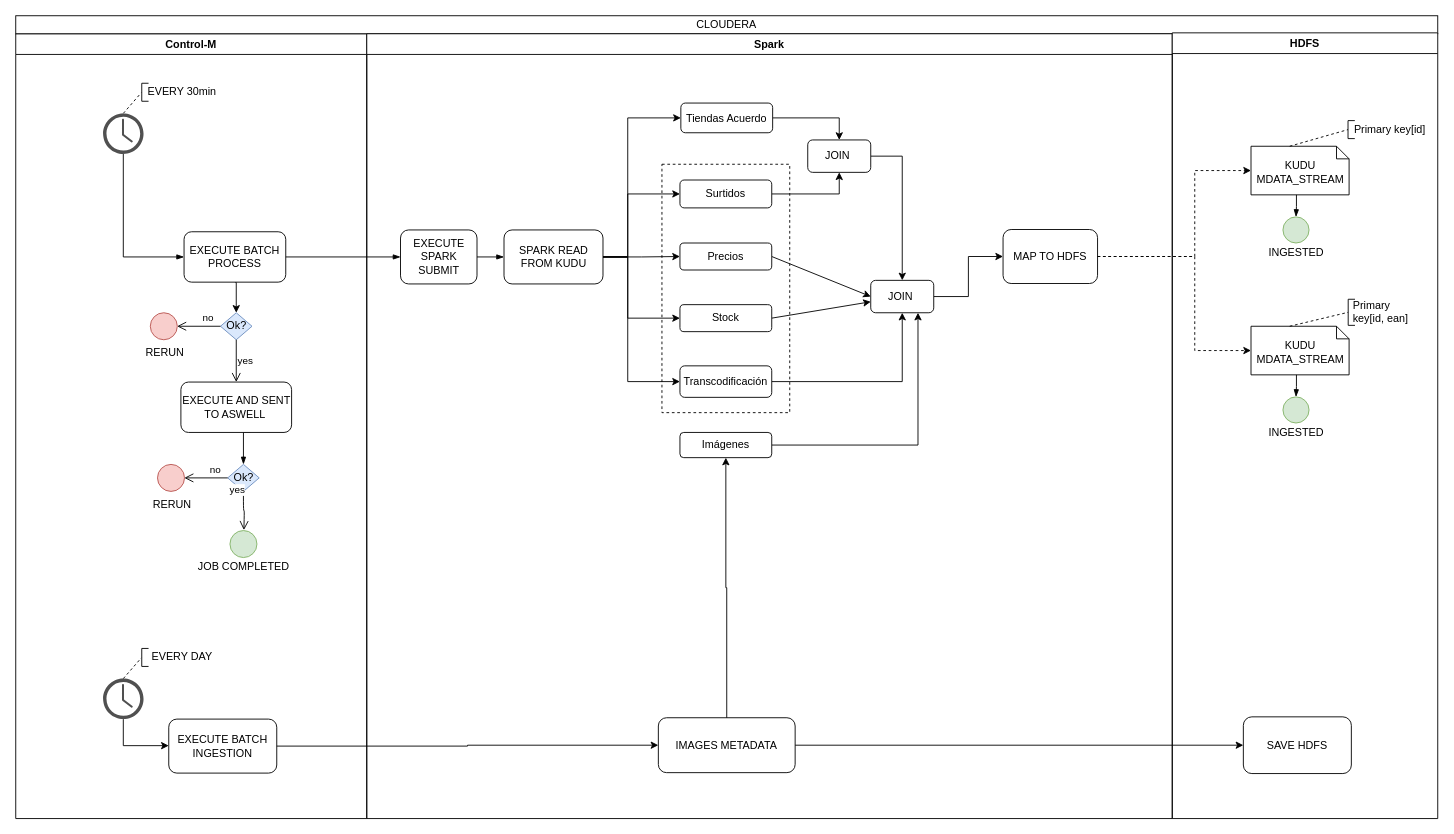
Earlier version of the draw.io diagram Cap Diagram.drawio (StefanoMazzukaCapgemini/Cap_Diagram). Source tidied: cells renumbered, new cells numbered last; positions are measured from the earlier drawing's top-left corner, leaving out a move shared by most shapes. Both pictures are drawn from the tidied source at 90%, with x=0, y=0 at pixel (15, 15).
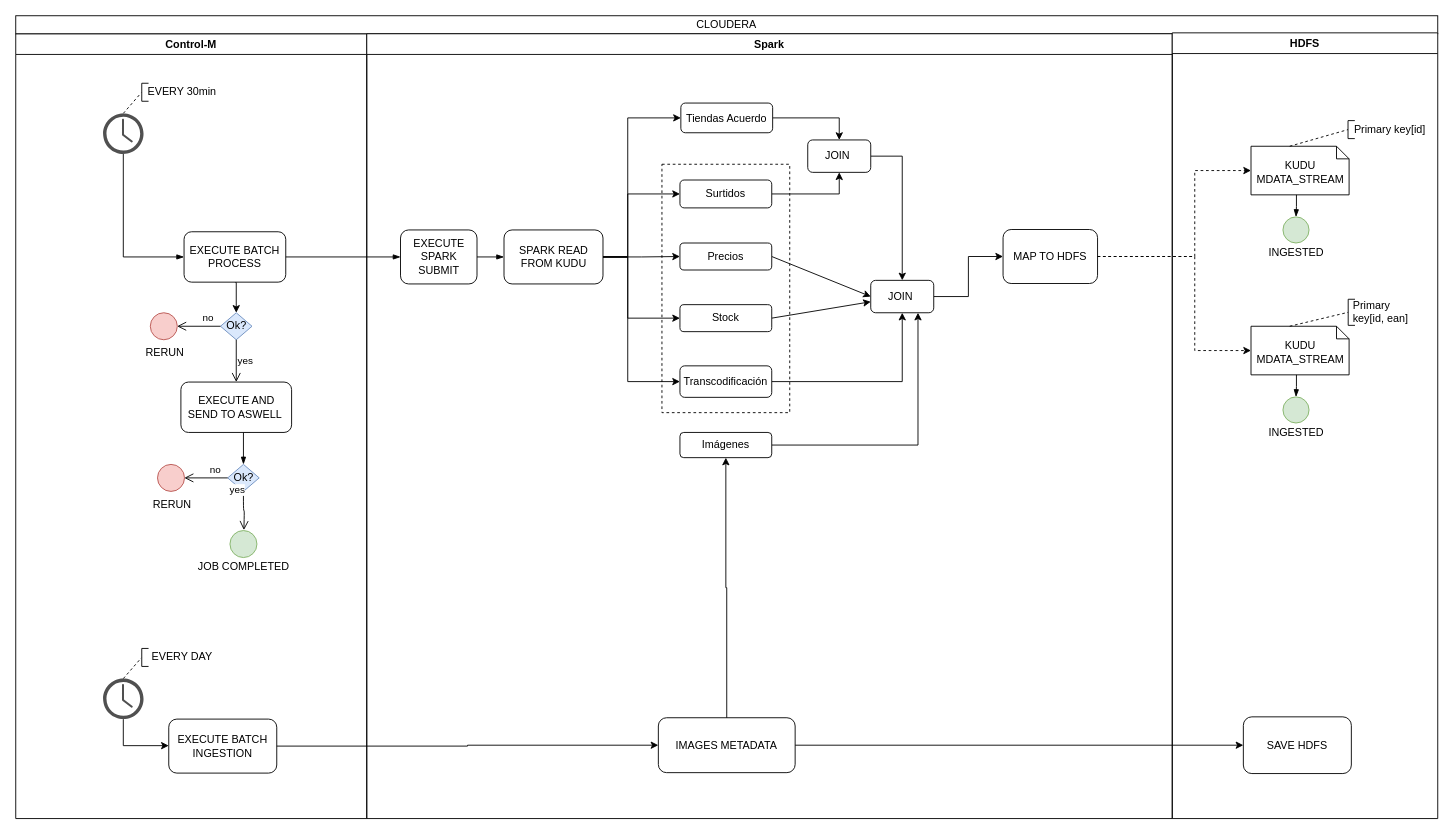
Above is the later version.

The change refers to these unchanged cells:
```xml
<mxCell id="2" value="Control-M" style="swimlane;whiteSpace=wrap;startSize=23;" parent="1" vertex="1">
  <mxGeometry y="20" width="390" height="872" as="geometry" />
</mxCell>
```

The edit, as a diff of the source:
```diff
@@
-    <mxCell id="16" value="EXECUTE AND SENT TO ASWELL&amp;nbsp;" style="rounded=1;whiteSpace=wrap;html=1;" parent="2" vertex="1">
+    <mxCell id="16" value="EXECUTE AND SEND TO ASWELL&amp;nbsp;" style="rounded=1;whiteSpace=wrap;html=1;" parent="2" vertex="1">
       <mxGeometry x="183.5" y="387" width="123" height="56" as="geometry" />
     </mxCell>
```
